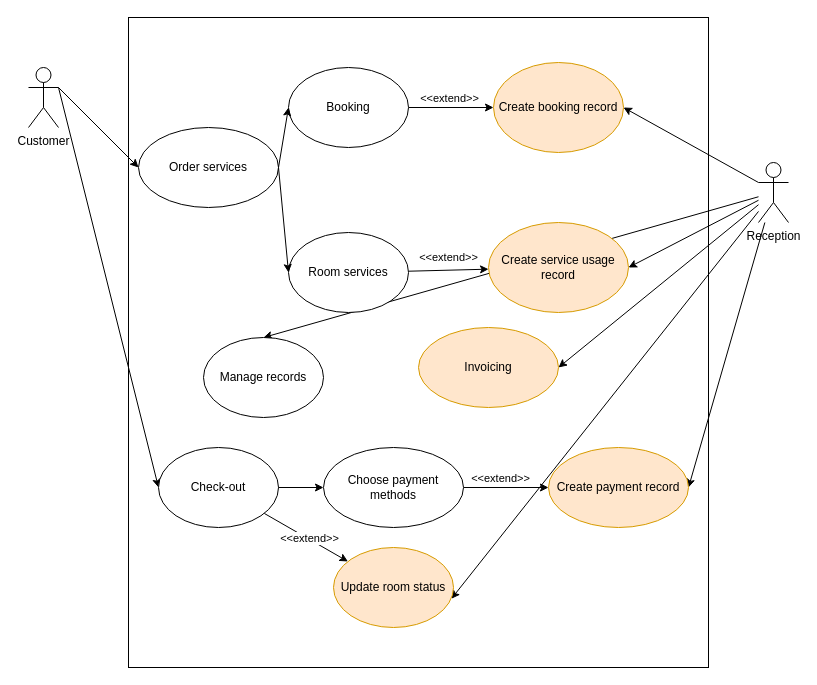
Earlier version of the draw.io diagram Diagram/Use-case Diagram.drawio (jonathanha52/SE104.L23.PMCL). Source tidied: cells renumbered, new cells numbered last; positions are measured from the earlier drawing's top-left corner, leaving out a move shared by most shapes. Both pictures are drawn from the tidied source at 100%, with x=0, y=0 at pixel (28, 17).
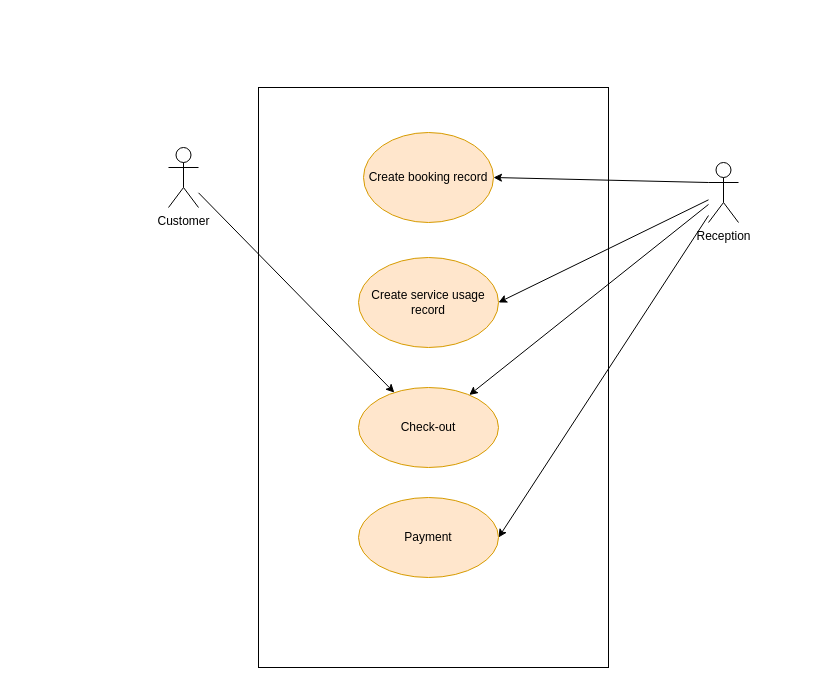
Above is the later version.

Commit message:
remove redundant use case

Change to the diagram source:
```diff
@@
     <mxCell id="2" style="rounded=0;whiteSpace=wrap;html=1;" parent="1" vertex="1">
-      <mxGeometry x="100" width="580" height="650" as="geometry" />
+      <mxGeometry x="230" y="70" width="350" height="580" as="geometry" />
     </mxCell>
-    <mxCell id="3" style="edgeStyle=none;rounded=0;jettySize=auto;html=1;exitX=1;exitY=0.3333333333333333;exitDx=0;exitDy=0;exitPerimeter=0;entryX=0;entryY=0.5;entryDx=0;entryDy=0;" parent="1" edge="1" source="4" target="25">
-      <mxGeometry relative="1" as="geometry" />
-    </mxCell>
-    <mxCell id="4" value="Customer" style="shape=umlActor;verticalLabelPosition=bottom;verticalAlign=top;html=1;" parent="1" vertex="1">
-      <mxGeometry y="50" width="30" height="60" as="geometry" />
-    </mxCell>
@@
-    <mxCell id="7" style="edgeStyle=none;rounded=0;jettySize=auto;html=1;entryX=1;entryY=0.5;entryDx=0;entryDy=0;" parent="1" edge="1" source="10" target="32">
+    <mxCell id="7" style="edgeStyle=none;rounded=0;jettySize=auto;html=1;" parent="1" edge="1" source="10" target="32">
       <mxGeometry relative="1" as="geometry" />
     </mxCell>
-    <mxCell id="8" style="edgeStyle=none;rounded=0;jettySize=auto;html=1;entryX=0.982;entryY=0.641;entryDx=0;entryDy=0;entryPerimeter=0;" parent="1" edge="1" source="10" target="33">
-      <mxGeometry relative="1" as="geometry" />
-    </mxCell>
-    <mxCell id="9" style="edgeStyle=none;rounded=0;jettySize=auto;html=1;entryX=0.5;entryY=0;entryDx=0;entryDy=0;" parent="1" edge="1" source="10" target="34">
-      <mxGeometry relative="1" as="geometry" />
-    </mxCell>
     <mxCell id="10" value="Reception" style="shape=umlActor;verticalLabelPosition=bottom;verticalAlign=top;html=1;" parent="1" vertex="1">
-      <mxGeometry x="730" y="145" width="30" height="60" as="geometry" />
+      <mxGeometry x="680" y="145" width="30" height="60" as="geometry" />
     </mxCell>
-    <mxCell id="11" value="Order services" style="ellipse;whiteSpace=wrap;html=1;" parent="1" vertex="1">
-      <mxGeometry x="110" y="110" width="140" height="80" as="geometry" />
-    </mxCell>
-    <mxCell id="12" style="edgeStyle=orthogonalEdgeStyle;rounded=0;jettySize=auto;html=1;" parent="1" edge="1" source="14" target="21">
-      <mxGeometry relative="1" as="geometry" />
-    </mxCell>
-    <mxCell id="13" value="&amp;lt;&amp;lt;extend&amp;gt;&amp;gt;" style="edgeLabel;html=1;align=center;verticalAlign=middle;" parent="12" vertex="1">
-      <mxGeometry x="-0.34" y="1" relative="1" as="geometry">
-        <mxPoint x="12" y="-9" as="offset" />
-      </mxGeometry>
-    </mxCell>
-    <mxCell id="14" value="Booking" style="ellipse;whiteSpace=wrap;html=1;" parent="1" vertex="1">
-      <mxGeometry x="260" y="50" width="120" height="80" as="geometry" />
-    </mxCell>
-    <mxCell id="15" style="edgeStyle=none;rounded=0;jettySize=auto;html=1;" parent="1" edge="1" source="17" target="26">
-      <mxGeometry relative="1" as="geometry" />
-    </mxCell>
-    <mxCell id="16" value="&amp;lt;&amp;lt;extend&amp;gt;&amp;gt;" style="edgeLabel;html=1;align=center;verticalAlign=middle;" parent="15" vertex="1">
-      <mxGeometry x="-0.23" y="-1" relative="1" as="geometry">
-        <mxPoint x="9" y="-14" as="offset" />
-      </mxGeometry>
-    </mxCell>
-    <mxCell id="17" value="Room services" style="ellipse;whiteSpace=wrap;html=1;" parent="1" vertex="1">
-      <mxGeometry x="260" y="215" width="120" height="80" as="geometry" />
-    </mxCell>
-    <mxCell id="18" style="endArrow=classic;html=1;entryX=0;entryY=0.5;entryDx=0;entryDy=0;exitX=1;exitY=0.5;exitDx=0;exitDy=0;" parent="1" edge="1" source="11" target="14">
-      <mxGeometry relative="1" as="geometry" />
-    </mxCell>
-    <mxCell id="19" style="endArrow=classic;html=1;exitX=1;exitY=0.5;exitDx=0;exitDy=0;entryX=0;entryY=0.5;entryDx=0;entryDy=0;" parent="1" edge="1" source="11" target="17">
-      <mxGeometry relative="1" as="geometry" />
-    </mxCell>
-    <mxCell id="20" style="endArrow=classic;html=1;exitX=1;exitY=0.3333333333333333;exitDx=0;exitDy=0;exitPerimeter=0;entryX=0;entryY=0.5;entryDx=0;entryDy=0;" parent="1" edge="1" source="4" target="11">
-      <mxGeometry relative="1" as="geometry" />
-    </mxCell>
     <mxCell id="21" value="Create booking record" style="ellipse;whiteSpace=wrap;html=1;fillColor=#ffe6cc;strokeColor=#d79b00;" parent="1" vertex="1">
-      <mxGeometry x="465" y="45" width="130" height="90" as="geometry" />
+      <mxGeometry x="335" y="115" width="130" height="90" as="geometry" />
     </mxCell>
@@
-    <mxCell id="23" style="edgeStyle=none;rounded=0;jettySize=auto;html=1;" parent="1" edge="1" source="25" target="33">
-      <mxGeometry relative="1" as="geometry" />
-    </mxCell>
-    <mxCell id="24" value="&amp;lt;&amp;lt;extend&amp;gt;&amp;gt;" style="edgeLabel;html=1;align=center;verticalAlign=middle;" parent="23" vertex="1">
-      <mxGeometry x="-0.27" y="-2" relative="1" as="geometry">
-        <mxPoint x="15" y="5" as="offset" />
-      </mxGeometry>
-    </mxCell>
-    <mxCell id="25" value="Check-out" style="ellipse;whiteSpace=wrap;html=1;" parent="1" vertex="1">
-      <mxGeometry x="130" y="430" width="120" height="80" as="geometry" />
-    </mxCell>
     <mxCell id="26" value="Create service usage record" style="ellipse;whiteSpace=wrap;html=1;fillColor=#ffe6cc;strokeColor=#d79b00;" parent="1" vertex="1">
-      <mxGeometry x="460" y="205" width="140" height="90" as="geometry" />
+      <mxGeometry x="330" y="240" width="140" height="90" as="geometry" />
     </mxCell>
-    <mxCell id="27" style="endArrow=classic;html=1;shadow=0;exitX=1;exitY=0.5;exitDx=0;exitDy=0;entryX=0;entryY=0.5;entryDx=0;entryDy=0;" parent="1" edge="1" source="25" target="30">
-      <mxGeometry relative="1" as="geometry" />
-    </mxCell>
-    <mxCell id="28" style="edgeStyle=none;rounded=0;jettySize=auto;html=1;entryX=0;entryY=0.5;entryDx=0;entryDy=0;" parent="1" edge="1" source="30" target="31">
-      <mxGeometry relative="1" as="geometry" />
-    </mxCell>
-    <mxCell id="29" value="&amp;lt;&amp;lt;extend&amp;gt;&amp;gt;" style="edgeLabel;html=1;align=center;verticalAlign=middle;" parent="28" vertex="1">
-      <mxGeometry x="-0.25" relative="1" as="geometry">
-        <mxPoint x="4" y="-10" as="offset" />
-      </mxGeometry>
-    </mxCell>
-    <mxCell id="30" value="Choose payment methods" style="ellipse;whiteSpace=wrap;html=1;" parent="1" vertex="1">
-      <mxGeometry x="295" y="430" width="140" height="80" as="geometry" />
-    </mxCell>
-    <mxCell id="31" value="Create payment record" style="ellipse;whiteSpace=wrap;html=1;fillColor=#ffe6cc;strokeColor=#d79b00;" parent="1" vertex="1">
-      <mxGeometry x="520" y="430" width="140" height="80" as="geometry" />
+    <mxCell id="31" value="Payment" style="ellipse;whiteSpace=wrap;html=1;fillColor=#ffe6cc;strokeColor=#d79b00;" parent="1" vertex="1">
+      <mxGeometry x="330" y="480" width="140" height="80" as="geometry" />
     </mxCell>
-    <mxCell id="32" value="Invoicing" style="ellipse;whiteSpace=wrap;html=1;fillColor=#ffe6cc;strokeColor=#d79b00;" parent="1" vertex="1">
-      <mxGeometry x="390" y="310" width="140" height="80" as="geometry" />
+    <mxCell id="32" value="Check-out" style="ellipse;whiteSpace=wrap;html=1;fillColor=#ffe6cc;strokeColor=#d79b00;" parent="1" vertex="1">
+      <mxGeometry x="330" y="370" width="140" height="80" as="geometry" />
     </mxCell>
-    <mxCell id="33" value="Update room status" style="ellipse;whiteSpace=wrap;html=1;fillColor=#ffe6cc;strokeColor=#d79b00;" parent="1" vertex="1">
-      <mxGeometry x="305" y="530" width="120" height="80" as="geometry" />
-    </mxCell>
-    <mxCell id="34" value="Manage records" style="ellipse;whiteSpace=wrap;html=1;" parent="1" vertex="1">
-      <mxGeometry x="175" y="320" width="120" height="80" as="geometry" />
-    </mxCell>
+    <mxCell id="35" style="rounded=0;jettySize=auto;html=1;" parent="1" edge="1" source="4" target="32">
+      <mxGeometry relative="1" as="geometry" />
+    </mxCell>
+    <mxCell id="4" value="Customer" style="shape=umlActor;verticalLabelPosition=bottom;verticalAlign=top;html=1;" parent="1" vertex="1">
+      <mxGeometry x="140" y="130" width="30" height="60" as="geometry" />
+    </mxCell>
```
